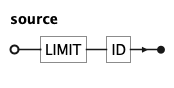
Earlier version of the PlantUML export docs/kql/limit_clause.png (koryki-java/core).
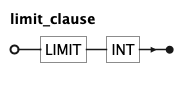
The same diagram one commit later.

The edit, as a diff of the source:
```diff
@@ -3,9 +3,9 @@
 skinparam legendBorderColor transparent
 skinparam legendBackgroundColor white
 
-'title source
+'title limit_clause
 
-source =
-    "LIMIT", "ID"
+limit_clause =
+    "LIMIT", "INT"
 ;
 @endebnf
```
